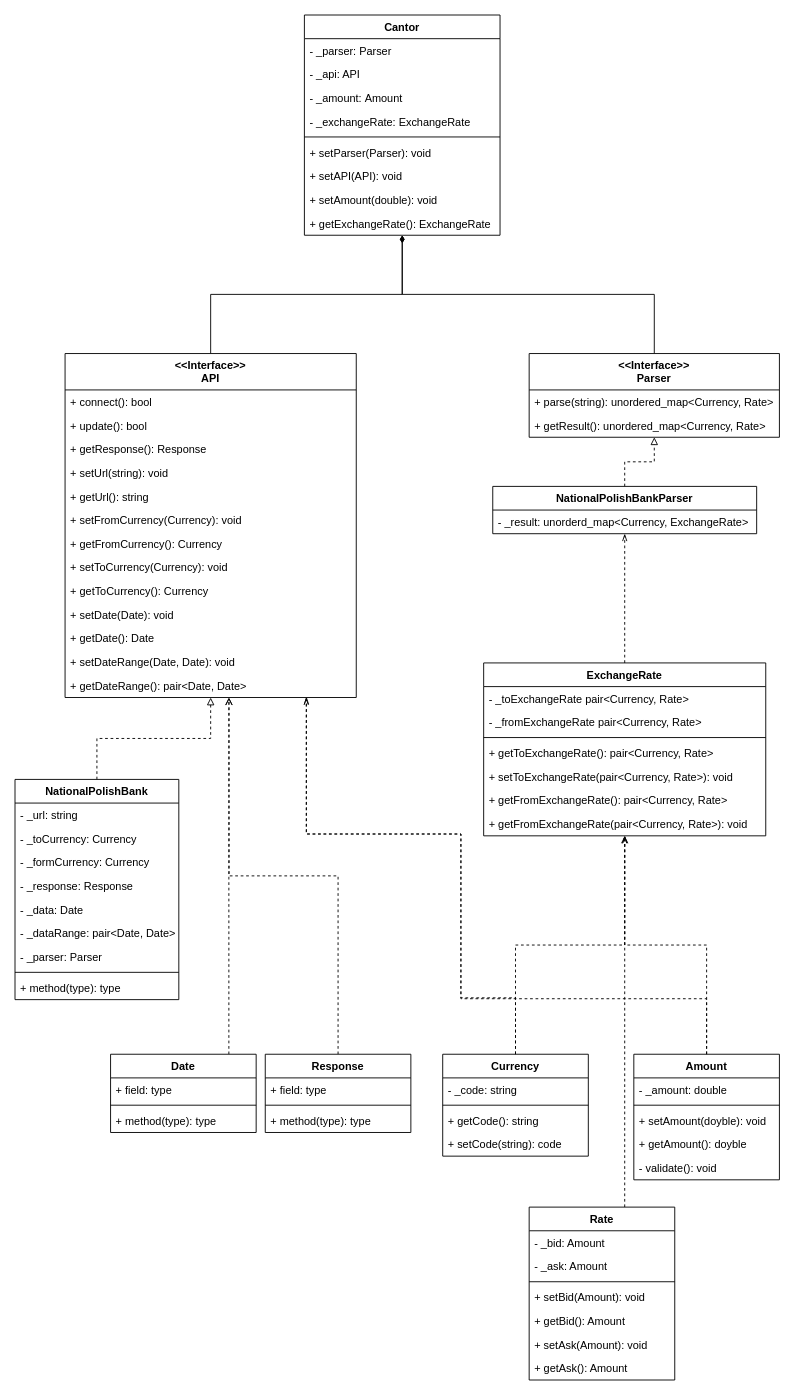
MateuszMiekicki/change_currencies keeps this draw.io diagram as UML_diagram.drawio. Above is the earlier version. Source tidied: cells renumbered, new cells numbered last; positions are measured from the earlier drawing's top-left corner, leaving out a move shared by most shapes. Both pictures are drawn from the tidied source at 91%, with x=0, y=0 at pixel (15, 15).
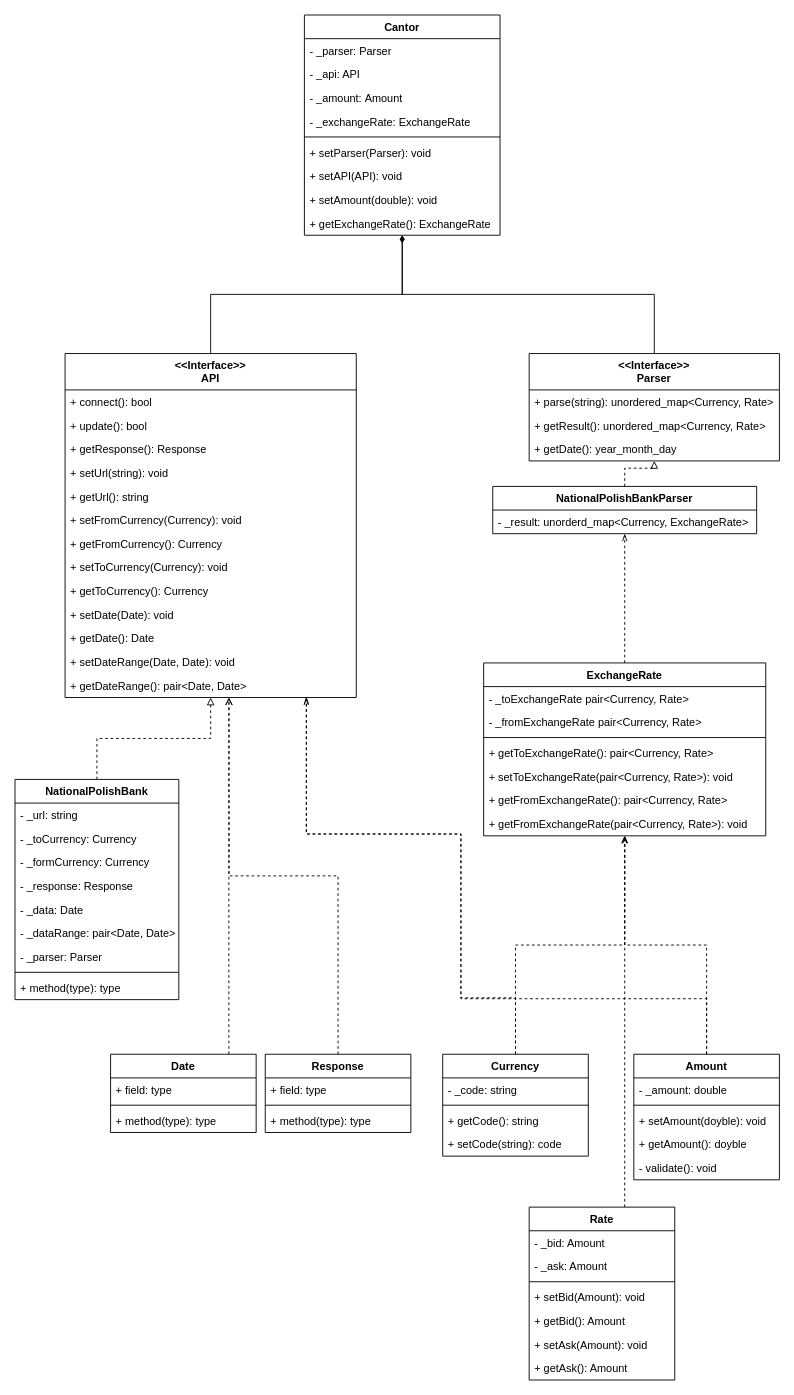
The same page after the edit.

Diff of the diagram source:
```diff
@@
     <mxCell id="45" value="&lt;&lt;Interface&gt;&gt;&#10;Parser" style="swimlane;fontStyle=1;align=center;verticalAlign=top;horizontal=1;startSize=40;" parent="1" vertex="1">
-      <mxGeometry x="565" y="372" width="275" height="92" as="geometry" />
+      <mxGeometry x="565" y="372" width="275" height="118" as="geometry" />
     </mxCell>
@@
+    <mxCell id="88" value="+ getDate(): year_month_day" style="text;strokeColor=none;fillColor=none;align=left;verticalAlign=top;spacingLeft=4;spacingRight=4;overflow=hidden;" parent="45" vertex="1">
+      <mxGeometry y="92" width="275" height="26" as="geometry" />
+    </mxCell>
```
